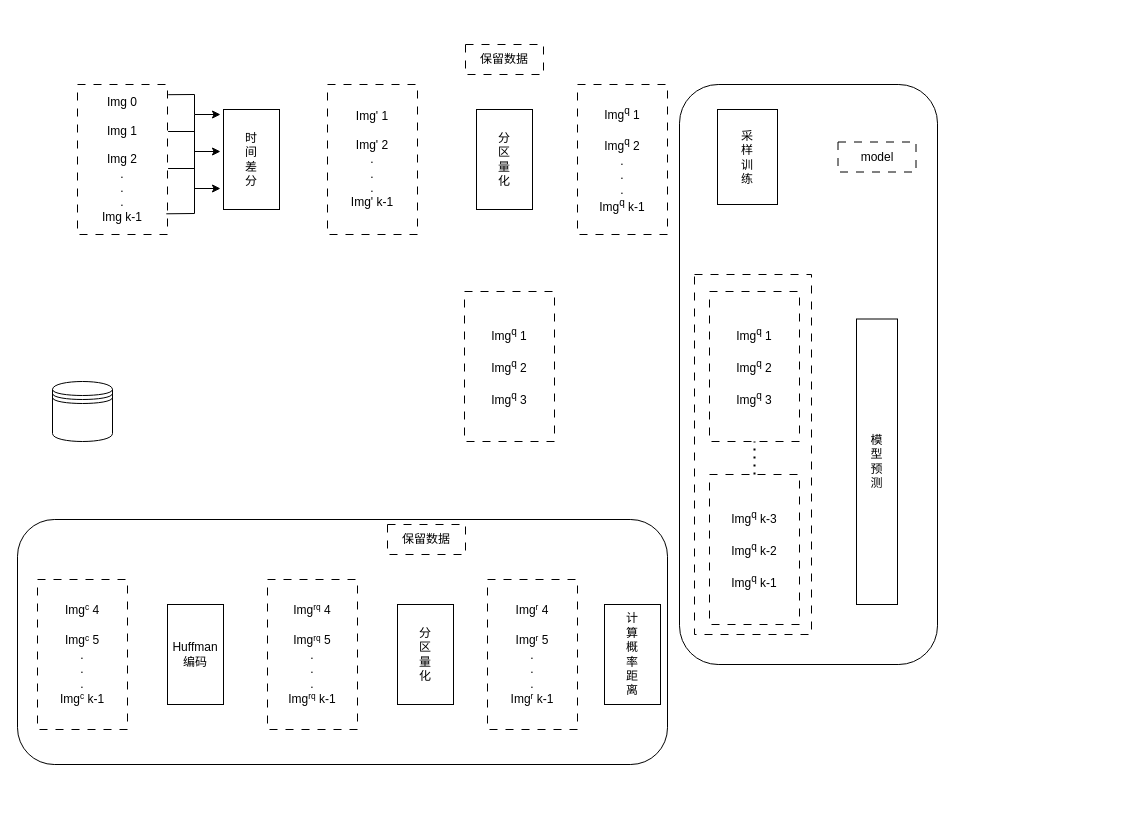
Before: 原始算法流程.drawio in jkersmith/reimagined-doodle, a draw.io diagram. Source tidied: cells renumbered, new cells numbered last; positions are measured from the earlier drawing's top-left corner, leaving out a move shared by most shapes. Both pictures are drawn from the tidied source at 100%, with x=0, y=0 at pixel (17, 44).
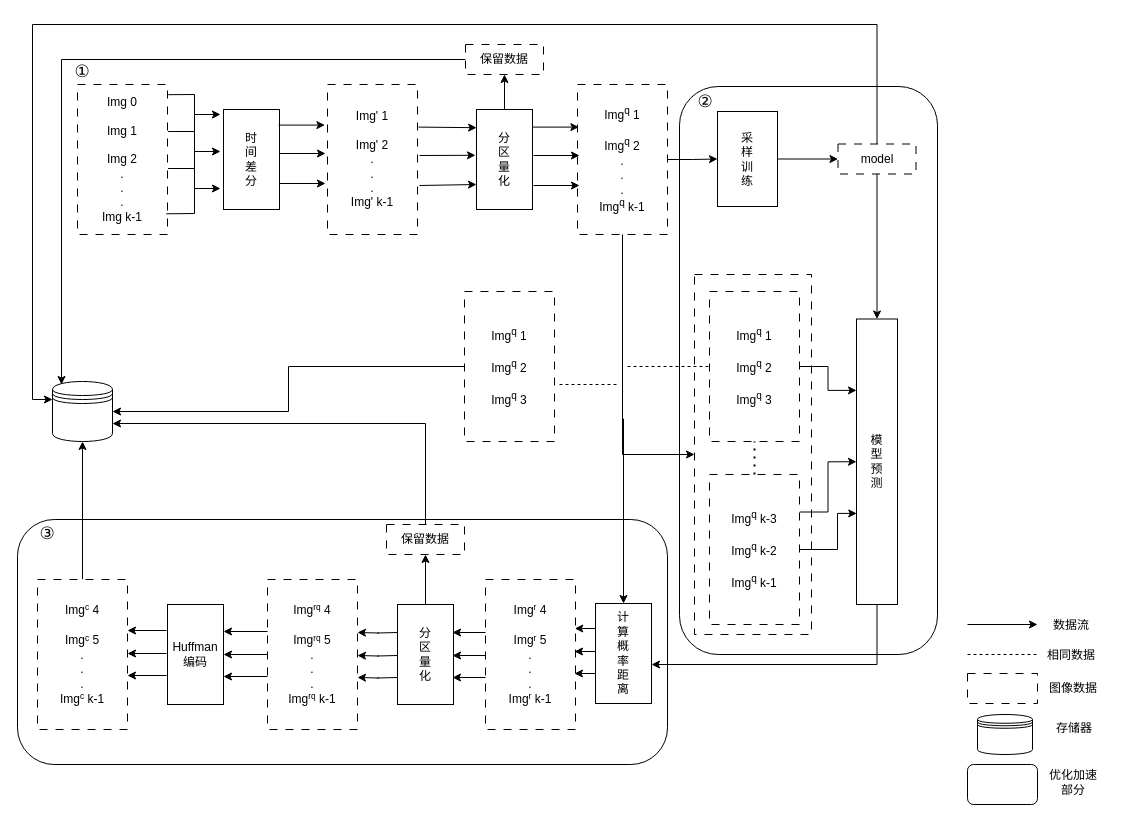
The same page after the edit.

Commit message (it also covers changes not shown here):
更新原始算法流程.drawio

Unchanged cells that the change refers to:
```xml
<mxCell id="4" style="rounded=0;whiteSpace=wrap;html=1;dashed=1;dashPattern=8 8;" parent="1" vertex="1">
  <mxGeometry x="677" y="230" width="117" height="360" as="geometry" />
</mxCell>
<mxCell id="8" value="分&lt;br&gt;区&lt;br&gt;量&lt;br&gt;化" style="rounded=0;whiteSpace=wrap;html=1;" parent="1" vertex="1">
  <mxGeometry x="459" y="65" width="56" height="100" as="geometry" />
</mxCell>
<mxCell id="9" value="Img&lt;sup&gt;q&lt;/sup&gt; 1&lt;br&gt;&lt;br&gt;Img&lt;sup&gt;q&lt;/sup&gt; 2&lt;br&gt;.&lt;br&gt;.&lt;br&gt;.&lt;br&gt;Img&lt;sup&gt;q&lt;/sup&gt; k-1" style="rounded=0;whiteSpace=wrap;html=1;dashed=1;dashPattern=8 8;" parent="1" vertex="1">
  <mxGeometry x="560" y="40" width="90" height="150" as="geometry" />
</mxCell>
<mxCell id="10" value="保留数据" style="rounded=0;whiteSpace=wrap;html=1;dashed=1;dashPattern=8 8;" parent="1" vertex="1">
  <mxGeometry x="448" width="78" height="30" as="geometry" />
</mxCell>
<mxCell id="12" value="Img&lt;sup&gt;q&lt;/sup&gt; 1&lt;br&gt;&lt;br&gt;Img&lt;sup&gt;q&lt;/sup&gt; 2&lt;br&gt;&lt;br&gt;Img&lt;sup&gt;q&lt;/sup&gt;&amp;nbsp;3" style="rounded=0;whiteSpace=wrap;html=1;dashed=1;dashPattern=8 8;" parent="1" vertex="1">
  <mxGeometry x="692" y="247" width="90" height="150" as="geometry" />
</mxCell>
<mxCell id="13" value="Img&lt;sup&gt;q&lt;/sup&gt;&amp;nbsp;k-3&lt;br&gt;&lt;br&gt;Img&lt;sup&gt;q&lt;/sup&gt;&amp;nbsp;k-2&lt;br&gt;&lt;br&gt;Img&lt;sup&gt;q&lt;/sup&gt;&amp;nbsp;k-1" style="rounded=0;whiteSpace=wrap;html=1;dashed=1;dashPattern=8 8;" parent="1" vertex="1">
  <mxGeometry x="692" y="430" width="90" height="150" as="geometry" />
</mxCell>
<mxCell id="16" value="模&lt;br&gt;型&lt;br&gt;预&lt;br&gt;测" style="rounded=0;whiteSpace=wrap;html=1;" parent="1" vertex="1">
  <mxGeometry x="839" y="274.5" width="41" height="285.5" as="geometry" />
</mxCell>
<mxCell id="18" value="Img&lt;sup&gt;q&lt;/sup&gt; 1&lt;br&gt;&lt;br&gt;Img&lt;sup&gt;q&lt;/sup&gt; 2&lt;br&gt;&lt;br&gt;Img&lt;sup&gt;q&lt;/sup&gt;&amp;nbsp;3" style="rounded=0;whiteSpace=wrap;html=1;dashed=1;dashPattern=8 8;" parent="1" vertex="1">
  <mxGeometry x="447" y="247" width="90" height="150" as="geometry" />
</mxCell>
<mxCell id="20" value="分&lt;br&gt;区&lt;br&gt;量&lt;br&gt;化" style="rounded=0;whiteSpace=wrap;html=1;" parent="1" vertex="1">
  <mxGeometry x="380" y="560" width="56" height="100" as="geometry" />
</mxCell>
<mxCell id="23" value="Img&lt;span style=&quot;font-size: 10px;&quot;&gt;&lt;sup&gt;c&lt;/sup&gt;&lt;/span&gt;&amp;nbsp;4&lt;br&gt;&lt;br&gt;Img&lt;span style=&quot;font-size: 10px;&quot;&gt;&lt;sup&gt;c&lt;/sup&gt;&lt;/span&gt;&amp;nbsp;5&lt;br&gt;.&lt;br&gt;.&lt;br&gt;.&lt;br&gt;Img&lt;span style=&quot;font-size: 10px;&quot;&gt;&lt;sup&gt;c&lt;/sup&gt;&lt;/span&gt;&amp;nbsp;k-1" style="rounded=0;whiteSpace=wrap;html=1;dashed=1;dashPattern=8 8;" parent="1" vertex="1">
  <mxGeometry x="20" y="535" width="90" height="150" as="geometry" />
</mxCell>
<mxCell id="25" style="shape=datastore;whiteSpace=wrap;html=1;" parent="1" vertex="1">
  <mxGeometry x="35" y="337" width="60" height="60" as="geometry" />
</mxCell>
```

What changed in the source:
```diff
@@
     <mxCell id="3" style="rounded=1;whiteSpace=wrap;html=1;" parent="1" vertex="1">
-      <mxGeometry x="662" y="40" width="258" height="580" as="geometry" />
+      <mxGeometry x="662" y="42" width="258" height="568" as="geometry" />
     </mxCell>
@@
+    <mxCell id="32" style="edgeStyle=orthogonalEdgeStyle;rounded=0;jettySize=auto;html=1;" parent="1" edge="1" source="8" target="10">
+      <mxGeometry relative="1" as="geometry" />
+    </mxCell>
@@
+    <mxCell id="33" style="edgeStyle=orthogonalEdgeStyle;rounded=0;jettySize=auto;html=1;exitX=1;exitY=0.5;exitDx=0;exitDy=0;" parent="1" edge="1" source="9" target="11">
+      <mxGeometry relative="1" as="geometry" />
+    </mxCell>
+    <mxCell id="34" style="edgeStyle=orthogonalEdgeStyle;rounded=0;jettySize=auto;html=1;exitX=0.5;exitY=1;exitDx=0;exitDy=0;" parent="1" edge="1" source="9" target="17">
+      <mxGeometry relative="1" as="geometry" />
+    </mxCell>
+    <mxCell id="35" style="edgeStyle=orthogonalEdgeStyle;rounded=0;jettySize=auto;html=1;exitX=0.5;exitY=1;exitDx=0;exitDy=0;entryX=0;entryY=0.5;entryDx=0;entryDy=0;" parent="1" edge="1" source="9" target="4">
+      <mxGeometry relative="1" as="geometry" />
+    </mxCell>
@@
+    <mxCell id="36" style="edgeStyle=orthogonalEdgeStyle;rounded=0;jettySize=auto;html=1;exitX=0;exitY=0.5;exitDx=0;exitDy=0;entryX=0.15;entryY=0.05;entryDx=0;entryDy=0;entryPerimeter=0;" parent="1" edge="1" source="10" target="25">
+      <mxGeometry relative="1" as="geometry" />
+    </mxCell>
@@
+    <mxCell id="37" style="edgeStyle=orthogonalEdgeStyle;rounded=0;jettySize=auto;html=1;exitX=1;exitY=0.5;exitDx=0;exitDy=0;" parent="1" edge="1" source="11" target="15">
+      <mxGeometry relative="1" as="geometry" />
+    </mxCell>
     <mxCell id="11" value="采&lt;br&gt;样&lt;br&gt;训&lt;br&gt;练" style="rounded=0;whiteSpace=wrap;html=1;" parent="1" vertex="1">
-      <mxGeometry x="700" y="65" width="60" height="95" as="geometry" />
+      <mxGeometry x="700" y="67" width="60" height="95" as="geometry" />
     </mxCell>
+    <mxCell id="38" style="edgeStyle=orthogonalEdgeStyle;rounded=0;jettySize=auto;html=1;exitX=1;exitY=0.5;exitDx=0;exitDy=0;entryX=0;entryY=0.25;entryDx=0;entryDy=0;" parent="1" edge="1" source="12" target="16">
+      <mxGeometry relative="1" as="geometry" />
+    </mxCell>
@@
+    <mxCell id="39" style="edgeStyle=orthogonalEdgeStyle;rounded=0;jettySize=auto;html=1;exitX=1;exitY=0.5;exitDx=0;exitDy=0;entryX=0.006;entryY=0.681;entryDx=0;entryDy=0;entryPerimeter=0;" parent="1" edge="1" source="13" target="16">
+      <mxGeometry relative="1" as="geometry">
+        <Array as="points">
+          <mxPoint x="820" y="505" />
+          <mxPoint x="820" y="469" />
+        </Array>
+      </mxGeometry>
+    </mxCell>
+    <mxCell id="40" style="edgeStyle=orthogonalEdgeStyle;rounded=0;jettySize=auto;html=1;exitX=1;exitY=0.25;exitDx=0;exitDy=0;entryX=0;entryY=0.5;entryDx=0;entryDy=0;" parent="1" edge="1" source="13" target="16">
+      <mxGeometry relative="1" as="geometry" />
+    </mxCell>
@@
+    <mxCell id="41" style="edgeStyle=orthogonalEdgeStyle;rounded=0;jettySize=auto;html=1;" parent="1" edge="1" source="15" target="16">
+      <mxGeometry relative="1" as="geometry" />
+    </mxCell>
+    <mxCell id="42" style="edgeStyle=orthogonalEdgeStyle;rounded=0;jettySize=auto;html=1;entryX=0;entryY=0.3;entryDx=0;entryDy=0;" parent="1" edge="1" source="15" target="25">
+      <mxGeometry relative="1" as="geometry">
+        <Array as="points">
+          <mxPoint x="860" y="-20" />
+          <mxPoint x="15" y="-20" />
+          <mxPoint x="15" y="355" />
+        </Array>
+      </mxGeometry>
+    </mxCell>
     <mxCell id="15" value="model" style="rounded=0;whiteSpace=wrap;html=1;dashed=1;dashPattern=8 8;" parent="1" vertex="1">
-      <mxGeometry x="820.5" y="97.5" width="78" height="30" as="geometry" />
+      <mxGeometry x="820.5" y="99.5" width="78" height="30" as="geometry" />
     </mxCell>
+    <mxCell id="43" style="edgeStyle=orthogonalEdgeStyle;rounded=0;jettySize=auto;html=1;exitX=0.5;exitY=1;exitDx=0;exitDy=0;" parent="1" edge="1" source="16" target="17">
+      <mxGeometry relative="1" as="geometry">
+        <Array as="points">
+          <mxPoint x="860" y="620" />
+        </Array>
+      </mxGeometry>
+    </mxCell>
@@
+    <mxCell id="44" style="edgeStyle=orthogonalEdgeStyle;rounded=0;jettySize=auto;html=1;exitX=0;exitY=0.25;exitDx=0;exitDy=0;entryX=0.992;entryY=0.324;entryDx=0;entryDy=0;entryPerimeter=0;" parent="1" edge="1" source="17" target="19">
+      <mxGeometry relative="1" as="geometry" />
+    </mxCell>
     <mxCell id="17" value="计&lt;br&gt;算&lt;br&gt;概&lt;br&gt;率&lt;br&gt;距&lt;br&gt;离" style="rounded=0;whiteSpace=wrap;html=1;" parent="1" vertex="1">
-      <mxGeometry x="587" y="560" width="56" height="100" as="geometry" />
+      <mxGeometry x="578" y="559" width="56" height="100" as="geometry" />
     </mxCell>
+    <mxCell id="45" style="edgeStyle=orthogonalEdgeStyle;rounded=0;jettySize=auto;html=1;exitX=0;exitY=0.5;exitDx=0;exitDy=0;" parent="1" edge="1" source="18" target="25">
+      <mxGeometry relative="1" as="geometry" />
+    </mxCell>
@@
     <mxCell id="19" value="Img&lt;span style=&quot;font-size: 10px;&quot;&gt;&lt;sup&gt;r&lt;/sup&gt;&lt;/span&gt;&amp;nbsp;4&lt;br&gt;&lt;br&gt;Img&lt;span style=&quot;font-size: 10px;&quot;&gt;&lt;sup&gt;r&lt;/sup&gt;&lt;/span&gt;&amp;nbsp;5&lt;br&gt;.&lt;br&gt;.&lt;br&gt;.&lt;br&gt;Img&lt;span style=&quot;font-size: 10px;&quot;&gt;&lt;sup&gt;r&lt;/sup&gt;&lt;/span&gt;&amp;nbsp;k-1" style="rounded=0;whiteSpace=wrap;html=1;dashed=1;dashPattern=8 8;" parent="1" vertex="1">
-      <mxGeometry x="470" y="535" width="90" height="150" as="geometry" />
+      <mxGeometry x="468" y="535" width="90" height="150" as="geometry" />
     </mxCell>
+    <mxCell id="46" style="edgeStyle=orthogonalEdgeStyle;rounded=0;jettySize=auto;html=1;exitX=0.5;exitY=0;exitDx=0;exitDy=0;entryX=0.5;entryY=1;entryDx=0;entryDy=0;" parent="1" edge="1" source="20" target="24">
+      <mxGeometry relative="1" as="geometry" />
+    </mxCell>
@@
+    <mxCell id="47" style="edgeStyle=orthogonalEdgeStyle;rounded=0;jettySize=auto;html=1;entryX=0.5;entryY=1;entryDx=0;entryDy=0;" parent="1" edge="1" source="23" target="25">
+      <mxGeometry relative="1" as="geometry" />
+    </mxCell>
@@
+    <mxCell id="48" style="edgeStyle=orthogonalEdgeStyle;rounded=0;jettySize=auto;html=1;exitX=0.5;exitY=0;exitDx=0;exitDy=0;entryX=1;entryY=0.7;entryDx=0;entryDy=0;" parent="1" edge="1" source="24" target="25">
+      <mxGeometry relative="1" as="geometry" />
+    </mxCell>
     <mxCell id="24" value="保留数据" style="rounded=0;whiteSpace=wrap;html=1;dashed=1;dashPattern=8 8;" parent="1" vertex="1">
-      <mxGeometry x="370" y="480" width="78" height="30" as="geometry" />
+      <mxGeometry x="369" y="480" width="78" height="30" as="geometry" />
     </mxCell>
@@
+    <mxCell id="49" style="endArrow=classic;html=1;rounded=0;entryX=-0.029;entryY=0.204;entryDx=0;entryDy=0;entryPerimeter=0;exitX=0.983;exitY=0.056;exitDx=0;exitDy=0;exitPerimeter=0;" parent="1" edge="1">
+      <mxGeometry relative="1" as="geometry">
+        <mxPoint x="261" y="80.6" as="sourcePoint" />
+        <mxPoint x="307.4" y="80.6" as="targetPoint" />
+      </mxGeometry>
+    </mxCell>
+    <mxCell id="50" style="endArrow=classic;html=1;rounded=0;entryX=-0.029;entryY=0.204;entryDx=0;entryDy=0;entryPerimeter=0;exitX=0.983;exitY=0.056;exitDx=0;exitDy=0;exitPerimeter=0;" parent="1" edge="1">
+      <mxGeometry relative="1" as="geometry">
+        <mxPoint x="262" y="109" as="sourcePoint" />
+        <mxPoint x="308" y="109" as="targetPoint" />
+      </mxGeometry>
+    </mxCell>
+    <mxCell id="51" style="endArrow=classic;html=1;rounded=0;entryX=-0.029;entryY=0.204;entryDx=0;entryDy=0;entryPerimeter=0;exitX=0.983;exitY=0.056;exitDx=0;exitDy=0;exitPerimeter=0;" parent="1" edge="1">
+      <mxGeometry relative="1" as="geometry">
+        <mxPoint x="262" y="139" as="sourcePoint" />
+        <mxPoint x="308" y="139" as="targetPoint" />
+      </mxGeometry>
+    </mxCell>
+    <mxCell id="52" style="endArrow=classic;html=1;rounded=0;exitX=0.983;exitY=0.056;exitDx=0;exitDy=0;exitPerimeter=0;entryX=0.002;entryY=0.182;entryDx=0;entryDy=0;entryPerimeter=0;" parent="1" edge="1" target="8">
+      <mxGeometry relative="1" as="geometry">
+        <mxPoint x="401" y="82.6" as="sourcePoint" />
+      </mxGeometry>
+    </mxCell>
+    <mxCell id="53" style="endArrow=classic;html=1;rounded=0;entryX=-0.018;entryY=0.458;entryDx=0;entryDy=0;entryPerimeter=0;exitX=0.983;exitY=0.056;exitDx=0;exitDy=0;exitPerimeter=0;" parent="1" edge="1" target="8">
+      <mxGeometry relative="1" as="geometry">
+        <mxPoint x="402" y="111" as="sourcePoint" />
+      </mxGeometry>
+    </mxCell>
+    <mxCell id="54" style="endArrow=classic;html=1;rounded=0;entryX=0;entryY=0.75;entryDx=0;entryDy=0;exitX=0.983;exitY=0.056;exitDx=0;exitDy=0;exitPerimeter=0;" parent="1" edge="1" target="8">
+      <mxGeometry relative="1" as="geometry">
+        <mxPoint x="402" y="141" as="sourcePoint" />
+      </mxGeometry>
+    </mxCell>
+    <mxCell id="55" style="endArrow=classic;html=1;rounded=0;entryX=-0.029;entryY=0.204;entryDx=0;entryDy=0;entryPerimeter=0;exitX=0.983;exitY=0.056;exitDx=0;exitDy=0;exitPerimeter=0;" parent="1" edge="1">
+      <mxGeometry relative="1" as="geometry">
+        <mxPoint x="515" y="82.6" as="sourcePoint" />
+        <mxPoint x="561.4" y="82.6" as="targetPoint" />
+      </mxGeometry>
+    </mxCell>
+    <mxCell id="56" style="endArrow=classic;html=1;rounded=0;entryX=-0.029;entryY=0.204;entryDx=0;entryDy=0;entryPerimeter=0;exitX=0.983;exitY=0.056;exitDx=0;exitDy=0;exitPerimeter=0;" parent="1" edge="1">
+      <mxGeometry relative="1" as="geometry">
+        <mxPoint x="516" y="111" as="sourcePoint" />
+        <mxPoint x="562" y="111" as="targetPoint" />
+      </mxGeometry>
+    </mxCell>
+    <mxCell id="57" style="endArrow=classic;html=1;rounded=0;entryX=-0.029;entryY=0.204;entryDx=0;entryDy=0;entryPerimeter=0;exitX=0.983;exitY=0.056;exitDx=0;exitDy=0;exitPerimeter=0;" parent="1" edge="1">
+      <mxGeometry relative="1" as="geometry">
+        <mxPoint x="516" y="141" as="sourcePoint" />
+        <mxPoint x="562" y="141" as="targetPoint" />
+      </mxGeometry>
+    </mxCell>
+    <mxCell id="58" style="endArrow=none;dashed=1;html=1;rounded=0;entryX=0;entryY=0.5;entryDx=0;entryDy=0;" parent="1" edge="1" target="12">
+      <mxGeometry relative="1" as="geometry">
+        <mxPoint x="610" y="322" as="sourcePoint" />
+      </mxGeometry>
+    </mxCell>
+    <mxCell id="59" style="edgeStyle=orthogonalEdgeStyle;rounded=0;orthogonalLoop=1;jettySize=auto;html=1;exitX=0;exitY=0.25;exitDx=0;exitDy=0;entryX=0.992;entryY=0.324;entryDx=0;entryDy=0;entryPerimeter=0;" parent="1" edge="1">
+      <mxGeometry relative="1" as="geometry">
+        <mxPoint x="578" y="607" as="sourcePoint" />
+        <mxPoint x="557" y="607" as="targetPoint" />
+      </mxGeometry>
+    </mxCell>
+    <mxCell id="60" style="edgeStyle=orthogonalEdgeStyle;rounded=0;orthogonalLoop=1;jettySize=auto;html=1;exitX=0;exitY=0.25;exitDx=0;exitDy=0;entryX=0.992;entryY=0.324;entryDx=0;entryDy=0;entryPerimeter=0;" parent="1" edge="1">
+      <mxGeometry relative="1" as="geometry">
+        <mxPoint x="578" y="629" as="sourcePoint" />
+        <mxPoint x="557" y="629" as="targetPoint" />
+      </mxGeometry>
+    </mxCell>
+    <mxCell id="61" style="group;" parent="1" vertex="1">
+      <mxGeometry x="435" y="588" width="33" height="45" as="geometry" />
+    </mxCell>
+    <mxCell id="62" style="edgeStyle=orthogonalEdgeStyle;rounded=0;orthogonalLoop=1;jettySize=auto;html=1;exitX=0;exitY=0.25;exitDx=0;exitDy=0;entryX=0.992;entryY=0.324;entryDx=0;entryDy=0;entryPerimeter=0;" parent="61" edge="1">
+      <mxGeometry relative="1" as="geometry">
+        <mxPoint x="33" as="sourcePoint" />
+        <mxPoint as="targetPoint" />
+      </mxGeometry>
+    </mxCell>
+    <mxCell id="63" style="edgeStyle=orthogonalEdgeStyle;rounded=0;orthogonalLoop=1;jettySize=auto;html=1;exitX=0;exitY=0.25;exitDx=0;exitDy=0;entryX=0.992;entryY=0.324;entryDx=0;entryDy=0;entryPerimeter=0;" parent="61" edge="1">
+      <mxGeometry relative="1" as="geometry">
+        <mxPoint x="33" y="23" as="sourcePoint" />
+        <mxPoint y="23" as="targetPoint" />
+      </mxGeometry>
+    </mxCell>
+    <mxCell id="64" style="edgeStyle=orthogonalEdgeStyle;rounded=0;orthogonalLoop=1;jettySize=auto;html=1;exitX=0;exitY=0.25;exitDx=0;exitDy=0;entryX=0.992;entryY=0.324;entryDx=0;entryDy=0;entryPerimeter=0;" parent="61" edge="1">
+      <mxGeometry relative="1" as="geometry">
+        <mxPoint x="33" y="45" as="sourcePoint" />
+        <mxPoint y="45" as="targetPoint" />
+      </mxGeometry>
+    </mxCell>
+    <mxCell id="65" style="edgeStyle=orthogonalEdgeStyle;rounded=0;orthogonalLoop=1;jettySize=auto;html=1;exitX=0;exitY=0.25;exitDx=0;exitDy=0;entryX=0.992;entryY=0.324;entryDx=0;entryDy=0;entryPerimeter=0;" parent="1" edge="1">
+      <mxGeometry relative="1" as="geometry">
+        <mxPoint x="380" y="588" as="sourcePoint" />
+        <mxPoint x="340" y="588" as="targetPoint" />
+      </mxGeometry>
+    </mxCell>
+    <mxCell id="66" style="edgeStyle=orthogonalEdgeStyle;rounded=0;orthogonalLoop=1;jettySize=auto;html=1;exitX=0;exitY=0.25;exitDx=0;exitDy=0;entryX=0.992;entryY=0.324;entryDx=0;entryDy=0;entryPerimeter=0;" parent="1" edge="1">
+      <mxGeometry relative="1" as="geometry">
+        <mxPoint x="380" y="611" as="sourcePoint" />
+        <mxPoint x="340" y="611" as="targetPoint" />
+      </mxGeometry>
+    </mxCell>
+    <mxCell id="67" style="edgeStyle=orthogonalEdgeStyle;rounded=0;orthogonalLoop=1;jettySize=auto;html=1;exitX=0;exitY=0.25;exitDx=0;exitDy=0;entryX=0.992;entryY=0.324;entryDx=0;entryDy=0;entryPerimeter=0;" parent="1" edge="1">
+      <mxGeometry relative="1" as="geometry">
+        <mxPoint x="380" y="633" as="sourcePoint" />
+        <mxPoint x="340" y="633" as="targetPoint" />
+      </mxGeometry>
+    </mxCell>
+    <mxCell id="68" style="group;" parent="1" vertex="1">
+      <mxGeometry x="206" y="587" width="44" height="45" as="geometry" />
+    </mxCell>
+    <mxCell id="69" style="edgeStyle=orthogonalEdgeStyle;rounded=0;orthogonalLoop=1;jettySize=auto;html=1;exitX=0;exitY=0.25;exitDx=0;exitDy=0;entryX=0.992;entryY=0.324;entryDx=0;entryDy=0;entryPerimeter=0;" parent="68" edge="1">
+      <mxGeometry relative="1" as="geometry">
+        <mxPoint x="44" as="sourcePoint" />
+        <mxPoint as="targetPoint" />
+      </mxGeometry>
+    </mxCell>
+    <mxCell id="70" style="edgeStyle=orthogonalEdgeStyle;rounded=0;orthogonalLoop=1;jettySize=auto;html=1;exitX=0;exitY=0.25;exitDx=0;exitDy=0;entryX=0.992;entryY=0.324;entryDx=0;entryDy=0;entryPerimeter=0;" parent="68" edge="1">
+      <mxGeometry relative="1" as="geometry">
+        <mxPoint x="44" y="23" as="sourcePoint" />
+        <mxPoint y="23" as="targetPoint" />
+      </mxGeometry>
+    </mxCell>
+    <mxCell id="71" style="edgeStyle=orthogonalEdgeStyle;rounded=0;orthogonalLoop=1;jettySize=auto;html=1;exitX=0;exitY=0.25;exitDx=0;exitDy=0;entryX=0.992;entryY=0.324;entryDx=0;entryDy=0;entryPerimeter=0;" parent="68" edge="1">
+      <mxGeometry relative="1" as="geometry">
+        <mxPoint x="44" y="45" as="sourcePoint" />
+        <mxPoint y="45" as="targetPoint" />
+      </mxGeometry>
+    </mxCell>
+    <mxCell id="72" style="group;" parent="1" vertex="1">
+      <mxGeometry x="110" y="586" width="39" height="45" as="geometry" />
+    </mxCell>
+    <mxCell id="73" style="edgeStyle=orthogonalEdgeStyle;rounded=0;orthogonalLoop=1;jettySize=auto;html=1;exitX=0;exitY=0.25;exitDx=0;exitDy=0;entryX=0.992;entryY=0.324;entryDx=0;entryDy=0;entryPerimeter=0;" parent="72" edge="1">
+      <mxGeometry relative="1" as="geometry">
+        <mxPoint x="39" as="sourcePoint" />
+        <mxPoint as="targetPoint" />
+      </mxGeometry>
+    </mxCell>
+    <mxCell id="74" style="edgeStyle=orthogonalEdgeStyle;rounded=0;orthogonalLoop=1;jettySize=auto;html=1;exitX=0;exitY=0.25;exitDx=0;exitDy=0;entryX=0.992;entryY=0.324;entryDx=0;entryDy=0;entryPerimeter=0;" parent="72" edge="1">
+      <mxGeometry relative="1" as="geometry">
+        <mxPoint x="39" y="23" as="sourcePoint" />
+        <mxPoint y="23" as="targetPoint" />
+      </mxGeometry>
+    </mxCell>
+    <mxCell id="75" style="edgeStyle=orthogonalEdgeStyle;rounded=0;orthogonalLoop=1;jettySize=auto;html=1;exitX=0;exitY=0.25;exitDx=0;exitDy=0;entryX=0.992;entryY=0.324;entryDx=0;entryDy=0;entryPerimeter=0;" parent="72" edge="1">
+      <mxGeometry relative="1" as="geometry">
+        <mxPoint x="39" y="45" as="sourcePoint" />
+        <mxPoint y="45" as="targetPoint" />
+      </mxGeometry>
+    </mxCell>
+    <mxCell id="76" style="endArrow=none;dashed=1;html=1;rounded=0;exitX=1.033;exitY=0.62;exitDx=0;exitDy=0;exitPerimeter=0;" parent="1" edge="1">
+      <mxGeometry relative="1" as="geometry">
+        <mxPoint x="542" y="340" as="sourcePoint" />
+        <mxPoint x="602" y="340" as="targetPoint" />
+      </mxGeometry>
+    </mxCell>
+    <mxCell id="77" value="&lt;font style=&quot;font-size: 17px;&quot;&gt;②&lt;/font&gt;" style="text;html=1;strokeColor=none;fillColor=none;align=center;verticalAlign=middle;whiteSpace=wrap;rounded=0;" parent="1" vertex="1">
+      <mxGeometry x="658" y="43" width="60" height="30" as="geometry" />
+    </mxCell>
+    <mxCell id="78" value="&lt;font style=&quot;font-size: 17px;&quot;&gt;③&lt;/font&gt;" style="text;html=1;strokeColor=none;fillColor=none;align=center;verticalAlign=middle;whiteSpace=wrap;rounded=0;" parent="1" vertex="1">
+      <mxGeometry y="475" width="60" height="30" as="geometry" />
+    </mxCell>
+    <mxCell id="79" value="&lt;font style=&quot;font-size: 17px;&quot;&gt;①&lt;/font&gt;" style="text;html=1;strokeColor=none;fillColor=none;align=center;verticalAlign=middle;whiteSpace=wrap;rounded=0;" parent="1" vertex="1">
+      <mxGeometry x="35" y="13" width="60" height="30" as="geometry" />
+    </mxCell>
+    <mxCell id="80" style="rounded=0;whiteSpace=wrap;html=1;dashed=1;dashPattern=8 8;" parent="1" vertex="1">
+      <mxGeometry x="950" y="629" width="70" height="30" as="geometry" />
+    </mxCell>
+    <mxCell id="81" style="endArrow=classic;html=1;rounded=0;" parent="1" edge="1">
+      <mxGeometry relative="1" as="geometry">
+        <mxPoint x="950" y="580" as="sourcePoint" />
+        <mxPoint x="1020" y="580" as="targetPoint" />
+      </mxGeometry>
+    </mxCell>
+    <mxCell id="82" style="endArrow=none;dashed=1;html=1;rounded=0;" parent="1" edge="1">
+      <mxGeometry relative="1" as="geometry">
+        <mxPoint x="950" y="610" as="sourcePoint" />
+        <mxPoint x="1020" y="610" as="targetPoint" />
+      </mxGeometry>
+    </mxCell>
+    <mxCell id="83" style="shape=datastore;whiteSpace=wrap;html=1;" parent="1" vertex="1">
+      <mxGeometry x="960" y="670" width="55" height="40" as="geometry" />
+    </mxCell>
+    <mxCell id="84" style="rounded=1;whiteSpace=wrap;html=1;" parent="1" vertex="1">
+      <mxGeometry x="950" y="720" width="70" height="40" as="geometry" />
+    </mxCell>
+    <mxCell id="85" value="数据流" style="text;html=1;strokeColor=none;fillColor=none;align=center;verticalAlign=middle;whiteSpace=wrap;rounded=0;" parent="1" vertex="1">
+      <mxGeometry x="1024" y="566" width="60" height="30" as="geometry" />
+    </mxCell>
+    <mxCell id="86" value="相同数据" style="text;html=1;strokeColor=none;fillColor=none;align=center;verticalAlign=middle;whiteSpace=wrap;rounded=0;" parent="1" vertex="1">
+      <mxGeometry x="1024" y="596" width="60" height="30" as="geometry" />
+    </mxCell>
+    <mxCell id="87" value="图像数据" style="text;html=1;strokeColor=none;fillColor=none;align=center;verticalAlign=middle;whiteSpace=wrap;rounded=0;" parent="1" vertex="1">
+      <mxGeometry x="1026" y="629" width="60" height="30" as="geometry" />
+    </mxCell>
+    <mxCell id="88" value="存储器" style="text;html=1;strokeColor=none;fillColor=none;align=center;verticalAlign=middle;whiteSpace=wrap;rounded=0;" parent="1" vertex="1">
+      <mxGeometry x="1027" y="669" width="60" height="30" as="geometry" />
+    </mxCell>
+    <mxCell id="89" value="优化加速部分" style="text;html=1;strokeColor=none;fillColor=none;align=center;verticalAlign=middle;whiteSpace=wrap;rounded=0;" parent="1" vertex="1">
+      <mxGeometry x="1026" y="723" width="60" height="30" as="geometry" />
+    </mxCell>
```
